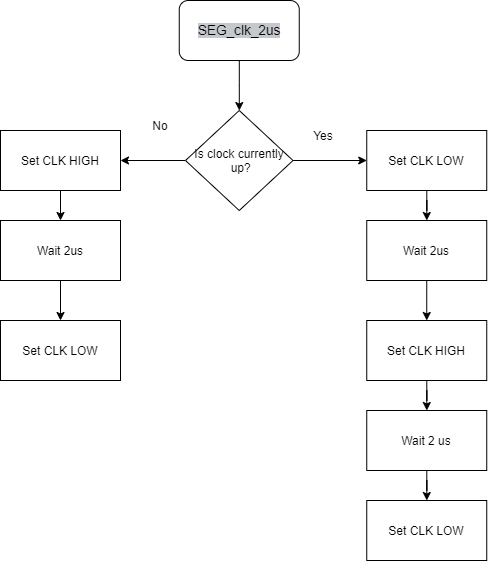
This is Labs/05-segment/Untitled Diagram.drawio.png from UTAN25/Digital-electronics-2, a draw.io export, as it was before one commit. Source tidied: cells renumbered, new cells last; positions are measured from the earlier drawing's top-left corner, leaving out a move shared by most shapes. Its diagram source:
```xml
<mxGraphModel>
  <root>
    <mxCell id="0" />
    <mxCell id="1" parent="0" />
    <mxCell id="2" style="edgeStyle=orthogonalEdgeStyle;rounded=0;jettySize=auto;html=1;fontColor=#000000;" parent="1" edge="1" source="3" target="6">
      <mxGeometry relative="1" as="geometry" />
    </mxCell>
    <mxCell id="3" value="&lt;span style=&quot;font-size: 13.6px ; text-align: -webkit-left ; background-color: rgba(110 , 118 , 129 , 0.4)&quot;&gt;SEG_clk_2us&lt;/span&gt;" style="rounded=1;whiteSpace=wrap;html=1;" parent="1" vertex="1">
      <mxGeometry x="178.8" width="120" height="60" as="geometry" />
    </mxCell>
    <mxCell id="4" style="edgeStyle=orthogonalEdgeStyle;rounded=0;jettySize=auto;html=1;fontColor=#000000;" parent="1" edge="1" source="6" target="8">
      <mxGeometry relative="1" as="geometry" />
    </mxCell>
    <mxCell id="5" style="edgeStyle=orthogonalEdgeStyle;rounded=0;jettySize=auto;html=1;fontColor=#000000;" parent="1" edge="1" source="6" target="17">
      <mxGeometry relative="1" as="geometry" />
    </mxCell>
    <mxCell id="6" value="Is clock currently&lt;br&gt;&amp;nbsp;up?" style="rhombus;whiteSpace=wrap;html=1;fontColor=#000000;" parent="1" vertex="1">
      <mxGeometry x="185" y="110" width="107.5" height="100" as="geometry" />
    </mxCell>
    <mxCell id="7" style="edgeStyle=orthogonalEdgeStyle;rounded=0;jettySize=auto;html=1;fontColor=#000000;" parent="1" edge="1" source="8" target="10">
      <mxGeometry relative="1" as="geometry" />
    </mxCell>
    <mxCell id="8" value="Set CLK LOW" style="whiteSpace=wrap;html=1;" parent="1" vertex="1">
      <mxGeometry x="366.2" y="130" width="120" height="60" as="geometry" />
    </mxCell>
    <mxCell id="9" style="edgeStyle=orthogonalEdgeStyle;rounded=0;jettySize=auto;html=1;fontColor=#000000;" parent="1" edge="1" source="10" target="12">
      <mxGeometry relative="1" as="geometry" />
    </mxCell>
    <mxCell id="10" value="Wait 2us" style="whiteSpace=wrap;html=1;" parent="1" vertex="1">
      <mxGeometry x="366.2" y="220" width="120" height="60" as="geometry" />
    </mxCell>
    <mxCell id="11" style="edgeStyle=orthogonalEdgeStyle;rounded=0;jettySize=auto;html=1;fontColor=#000000;" parent="1" edge="1" source="12" target="14">
      <mxGeometry relative="1" as="geometry" />
    </mxCell>
    <mxCell id="12" value="Set CLK HIGH" style="whiteSpace=wrap;html=1;" parent="1" vertex="1">
      <mxGeometry x="366.2" y="320" width="120" height="60" as="geometry" />
    </mxCell>
    <mxCell id="13" style="edgeStyle=orthogonalEdgeStyle;rounded=0;jettySize=auto;html=1;fontColor=#000000;" parent="1" edge="1" source="14" target="15">
      <mxGeometry relative="1" as="geometry" />
    </mxCell>
    <mxCell id="14" value="Wait 2 us" style="whiteSpace=wrap;html=1;" parent="1" vertex="1">
      <mxGeometry x="366.2" y="410" width="120" height="60" as="geometry" />
    </mxCell>
    <mxCell id="15" value="Set CLK LOW" style="whiteSpace=wrap;html=1;" parent="1" vertex="1">
      <mxGeometry x="366.2" y="500" width="120" height="60" as="geometry" />
    </mxCell>
    <mxCell id="16" style="edgeStyle=orthogonalEdgeStyle;rounded=0;jettySize=auto;html=1;fontColor=#000000;" parent="1" edge="1" source="17" target="19">
      <mxGeometry relative="1" as="geometry" />
    </mxCell>
    <mxCell id="17" value="Set CLK HIGH" style="whiteSpace=wrap;html=1;" parent="1" vertex="1">
      <mxGeometry y="130" width="120" height="60" as="geometry" />
    </mxCell>
    <mxCell id="18" style="edgeStyle=orthogonalEdgeStyle;rounded=0;jettySize=auto;html=1;fontColor=#000000;" parent="1" edge="1" source="19" target="20">
      <mxGeometry relative="1" as="geometry" />
    </mxCell>
    <mxCell id="19" value="Wait 2us" style="whiteSpace=wrap;html=1;" parent="1" vertex="1">
      <mxGeometry y="220" width="120" height="60" as="geometry" />
    </mxCell>
    <mxCell id="20" value="Set CLK LOW" style="whiteSpace=wrap;html=1;" parent="1" vertex="1">
      <mxGeometry y="320" width="120" height="60" as="geometry" />
    </mxCell>
    <mxCell id="21" value="Yes" style="text;html=1;strokeColor=none;fillColor=none;align=center;verticalAlign=middle;whiteSpace=wrap;rounded=0;fontColor=#000000;" parent="1" vertex="1">
      <mxGeometry x="293" y="120" width="60" height="30" as="geometry" />
    </mxCell>
    <mxCell id="22" value="No" style="text;html=1;strokeColor=none;fillColor=none;align=center;verticalAlign=middle;whiteSpace=wrap;rounded=0;fontColor=#000000;" parent="1" vertex="1">
      <mxGeometry x="130" y="110" width="60" height="30" as="geometry" />
    </mxCell>
  </root>
</mxGraphModel>
```
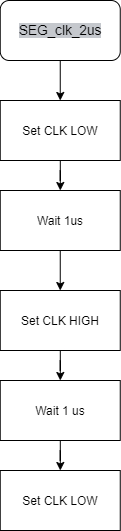
After the commit.

The edit, as a diff of the source:
```diff
@@ -2,68 +2,38 @@
   <root>
     <mxCell id="0" />
     <mxCell id="1" parent="0" />
-    <mxCell id="2" style="edgeStyle=orthogonalEdgeStyle;rounded=0;jettySize=auto;html=1;fontColor=#000000;" parent="1" edge="1" source="3" target="6">
-      <mxGeometry relative="1" as="geometry" />
-    </mxCell>
+    <mxCell id="23" style="edgeStyle=orthogonalEdgeStyle;rounded=0;jettySize=auto;html=1;fontColor=#000000;" parent="1" edge="1" source="3" target="8">
+      <mxGeometry relative="1" as="geometry" />
+    </mxCell>
     <mxCell id="3" value="&lt;span style=&quot;font-size: 13.6px ; text-align: -webkit-left ; background-color: rgba(110 , 118 , 129 , 0.4)&quot;&gt;SEG_clk_2us&lt;/span&gt;" style="rounded=1;whiteSpace=wrap;html=1;" parent="1" vertex="1">
-      <mxGeometry x="178.8" width="120" height="60" as="geometry" />
+      <mxGeometry x="366.1" y="30" width="120" height="60" as="geometry" />
     </mxCell>
-    <mxCell id="4" style="edgeStyle=orthogonalEdgeStyle;rounded=0;jettySize=auto;html=1;fontColor=#000000;" parent="1" edge="1" source="6" target="8">
-      <mxGeometry relative="1" as="geometry" />
-    </mxCell>
-    <mxCell id="5" style="edgeStyle=orthogonalEdgeStyle;rounded=0;jettySize=auto;html=1;fontColor=#000000;" parent="1" edge="1" source="6" target="17">
-      <mxGeometry relative="1" as="geometry" />
-    </mxCell>
-    <mxCell id="6" value="Is clock currently&lt;br&gt;&amp;nbsp;up?" style="rhombus;whiteSpace=wrap;html=1;fontColor=#000000;" parent="1" vertex="1">
-      <mxGeometry x="185" y="110" width="107.5" height="100" as="geometry" />
-    </mxCell>
     <mxCell id="7" style="edgeStyle=orthogonalEdgeStyle;rounded=0;jettySize=auto;html=1;fontColor=#000000;" parent="1" edge="1" source="8" target="10">
       <mxGeometry relative="1" as="geometry" />
     </mxCell>
     <mxCell id="8" value="Set CLK LOW" style="whiteSpace=wrap;html=1;" parent="1" vertex="1">
-      <mxGeometry x="366.2" y="130" width="120" height="60" as="geometry" />
+      <mxGeometry x="366.1" y="130" width="120" height="60" as="geometry" />
     </mxCell>
     <mxCell id="9" style="edgeStyle=orthogonalEdgeStyle;rounded=0;jettySize=auto;html=1;fontColor=#000000;" parent="1" edge="1" source="10" target="12">
       <mxGeometry relative="1" as="geometry" />
     </mxCell>
-    <mxCell id="10" value="Wait 2us" style="whiteSpace=wrap;html=1;" parent="1" vertex="1">
-      <mxGeometry x="366.2" y="220" width="120" height="60" as="geometry" />
+    <mxCell id="10" value="Wait 1us" style="whiteSpace=wrap;html=1;" parent="1" vertex="1">
+      <mxGeometry x="366.1" y="220" width="120" height="60" as="geometry" />
     </mxCell>
     <mxCell id="11" style="edgeStyle=orthogonalEdgeStyle;rounded=0;jettySize=auto;html=1;fontColor=#000000;" parent="1" edge="1" source="12" target="14">
       <mxGeometry relative="1" as="geometry" />
     </mxCell>
     <mxCell id="12" value="Set CLK HIGH" style="whiteSpace=wrap;html=1;" parent="1" vertex="1">
-      <mxGeometry x="366.2" y="320" width="120" height="60" as="geometry" />
+      <mxGeometry x="366.1" y="320" width="120" height="60" as="geometry" />
     </mxCell>
     <mxCell id="13" style="edgeStyle=orthogonalEdgeStyle;rounded=0;jettySize=auto;html=1;fontColor=#000000;" parent="1" edge="1" source="14" target="15">
       <mxGeometry relative="1" as="geometry" />
     </mxCell>
-    <mxCell id="14" value="Wait 2 us" style="whiteSpace=wrap;html=1;" parent="1" vertex="1">
-      <mxGeometry x="366.2" y="410" width="120" height="60" as="geometry" />
+    <mxCell id="14" value="Wait 1 us" style="whiteSpace=wrap;html=1;" parent="1" vertex="1">
+      <mxGeometry x="366.1" y="410" width="120" height="60" as="geometry" />
     </mxCell>
     <mxCell id="15" value="Set CLK LOW" style="whiteSpace=wrap;html=1;" parent="1" vertex="1">
-      <mxGeometry x="366.2" y="500" width="120" height="60" as="geometry" />
+      <mxGeometry x="366.1" y="500" width="120" height="60" as="geometry" />
     </mxCell>
-    <mxCell id="16" style="edgeStyle=orthogonalEdgeStyle;rounded=0;jettySize=auto;html=1;fontColor=#000000;" parent="1" edge="1" source="17" target="19">
-      <mxGeometry relative="1" as="geometry" />
-    </mxCell>
-    <mxCell id="17" value="Set CLK HIGH" style="whiteSpace=wrap;html=1;" parent="1" vertex="1">
-      <mxGeometry y="130" width="120" height="60" as="geometry" />
-    </mxCell>
-    <mxCell id="18" style="edgeStyle=orthogonalEdgeStyle;rounded=0;jettySize=auto;html=1;fontColor=#000000;" parent="1" edge="1" source="19" target="20">
-      <mxGeometry relative="1" as="geometry" />
-    </mxCell>
-    <mxCell id="19" value="Wait 2us" style="whiteSpace=wrap;html=1;" parent="1" vertex="1">
-      <mxGeometry y="220" width="120" height="60" as="geometry" />
-    </mxCell>
-    <mxCell id="20" value="Set CLK LOW" style="whiteSpace=wrap;html=1;" parent="1" vertex="1">
-      <mxGeometry y="320" width="120" height="60" as="geometry" />
-    </mxCell>
-    <mxCell id="21" value="Yes" style="text;html=1;strokeColor=none;fillColor=none;align=center;verticalAlign=middle;whiteSpace=wrap;rounded=0;fontColor=#000000;" parent="1" vertex="1">
-      <mxGeometry x="293" y="120" width="60" height="30" as="geometry" />
-    </mxCell>
-    <mxCell id="22" value="No" style="text;html=1;strokeColor=none;fillColor=none;align=center;verticalAlign=middle;whiteSpace=wrap;rounded=0;fontColor=#000000;" parent="1" vertex="1">
-      <mxGeometry x="130" y="110" width="60" height="30" as="geometry" />
-    </mxCell>
   </root>
 </mxGraphModel>
```
